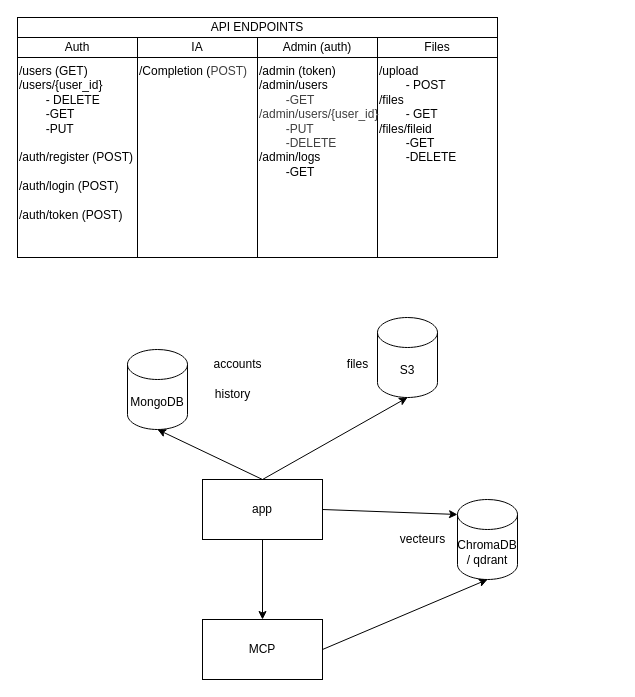
Earlier version of the draw.io diagram references/archi.drawio (Math-Vov13/EmployAI). Source tidied: cells renumbered, new cells numbered last; positions are measured from the earlier drawing's top-left corner, leaving out a move shared by most shapes. Both pictures are drawn from the tidied source at 100%, with x=0, y=0 at pixel (17, 17).
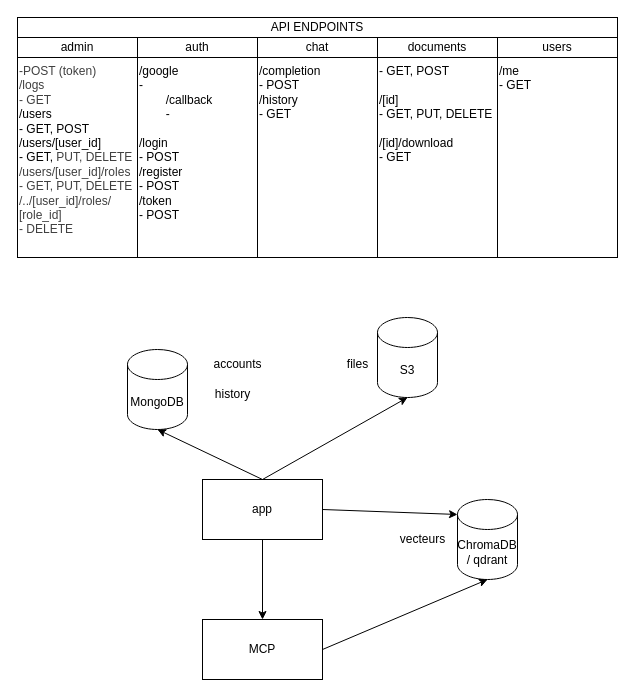
Above is the later version.

What changed in the source:
```diff
@@
-    <mxCell id="16" style="group;" parent="1" vertex="1">
-      <mxGeometry width="480" height="240" as="geometry" />
-    </mxCell>
-    <mxCell id="17" style="whiteSpace=wrap;html=1;" parent="16" vertex="1">
-      <mxGeometry width="400" height="240" as="geometry" />
+    <mxCell id="17" style="whiteSpace=wrap;html=1;" parent="1" vertex="1">
+      <mxGeometry width="600" height="240" as="geometry" />
     </mxCell>
-    <mxCell id="18" value="API ENDPOINTS" style="whiteSpace=wrap;html=1;" parent="16" vertex="1">
-      <mxGeometry width="480" height="20" as="geometry" />
+    <mxCell id="18" value="API ENDPOINTS" style="whiteSpace=wrap;html=1;" parent="1" vertex="1">
+      <mxGeometry width="600" height="20" as="geometry" />
     </mxCell>
-    <mxCell id="19" style="whiteSpace=wrap;html=1;" parent="16" vertex="1">
+    <mxCell id="19" style="whiteSpace=wrap;html=1;" parent="1" vertex="1">
       <mxGeometry x="120" y="20" width="360" height="220" as="geometry" />
     </mxCell>
-    <mxCell id="20" style="whiteSpace=wrap;html=1;" parent="16" vertex="1">
+    <mxCell id="20" style="whiteSpace=wrap;html=1;" parent="1" vertex="1">
       <mxGeometry x="240" y="20" width="120" height="220" as="geometry" />
     </mxCell>
-    <mxCell id="21" value="Auth" style="whiteSpace=wrap;html=1;" parent="16" vertex="1">
+    <mxCell id="21" value="admin" style="whiteSpace=wrap;html=1;" parent="1" vertex="1">
       <mxGeometry y="20" width="120" height="20" as="geometry" />
     </mxCell>
-    <mxCell id="22" value="IA" style="whiteSpace=wrap;html=1;" parent="16" vertex="1">
+    <mxCell id="22" value="auth" style="whiteSpace=wrap;html=1;" parent="1" vertex="1">
       <mxGeometry x="120" y="20" width="120" height="20" as="geometry" />
     </mxCell>
-    <mxCell id="23" value="Admin (auth)" style="whiteSpace=wrap;html=1;" parent="16" vertex="1">
+    <mxCell id="23" value="chat" style="whiteSpace=wrap;html=1;" parent="1" vertex="1">
       <mxGeometry x="240" y="20" width="120" height="20" as="geometry" />
     </mxCell>
-    <mxCell id="24" value="Files" style="whiteSpace=wrap;html=1;" parent="16" vertex="1">
+    <mxCell id="24" value="documents" style="whiteSpace=wrap;html=1;" parent="1" vertex="1">
       <mxGeometry x="360" y="20" width="120" height="20" as="geometry" />
     </mxCell>
-    <mxCell id="25" value="/users (GET)&lt;div&gt;&lt;font color=&quot;#000000&quot;&gt;/users/{user_id}&lt;/font&gt;&lt;/div&gt;&lt;div&gt;&lt;font color=&quot;#000000&quot;&gt;&lt;span style=&quot;white-space: pre;&quot;&gt;&#9;&lt;/span&gt;- DELETE&lt;br&gt;&lt;/font&gt;&lt;/div&gt;&lt;div&gt;&lt;span style=&quot;white-space: pre;&quot;&gt;&#9;&lt;/span&gt;-GET&lt;br&gt;&lt;/div&gt;&lt;div&gt;&lt;span style=&quot;white-space: pre;&quot;&gt;&#9;&lt;/span&gt;-PUT&lt;br&gt;&lt;/div&gt;&lt;div&gt;&lt;br&gt;&lt;/div&gt;&lt;div&gt;&lt;font color=&quot;#000000&quot;&gt;/auth/register (POST)&lt;/font&gt;&lt;/div&gt;&lt;div&gt;&lt;font color=&quot;#000000&quot;&gt;&lt;br&gt;&lt;/font&gt;&lt;/div&gt;&lt;div&gt;&lt;div&gt;&lt;div&gt;/auth/login (POST)&lt;/div&gt;&lt;/div&gt;&lt;/div&gt;&lt;div&gt;&lt;br&gt;&lt;/div&gt;&lt;div&gt;/auth/token (POST)&lt;/div&gt;&lt;div&gt;&lt;br&gt;&lt;/div&gt;" style="text;strokeColor=none;align=left;fillColor=none;html=1;verticalAlign=top;whiteSpace=wrap;rounded=0;" parent="16" vertex="1">
+    <mxCell id="25" value="&lt;div&gt;&lt;span style=&quot;color: rgb(63, 63, 63); background-color: transparent;&quot;&gt;-POST (token)&lt;/span&gt;&lt;/div&gt;&lt;div&gt;&lt;span style=&quot;color: rgb(63, 63, 63); background-color: transparent;&quot;&gt;/&lt;/span&gt;&lt;span style=&quot;color: rgb(63, 63, 63); background-color: transparent;&quot;&gt;logs&lt;/span&gt;&lt;/div&gt;&lt;div&gt;&lt;span style=&quot;color: rgb(63, 63, 63); background-color: transparent;&quot;&gt;- GET&lt;/span&gt;&lt;/div&gt;&lt;div&gt;/users&lt;/div&gt;&lt;div&gt;- GET, POST&lt;/div&gt;&lt;div&gt;/users/[user_id]&lt;/div&gt;&lt;div&gt;- GET,&amp;nbsp;&lt;span style=&quot;color: rgb(63, 63, 63); background-color: transparent;&quot;&gt;PUT,&amp;nbsp;&lt;/span&gt;&lt;span style=&quot;color: rgb(63, 63, 63); background-color: transparent;&quot;&gt;DELETE&lt;/span&gt;&lt;/div&gt;&lt;div&gt;&lt;div style=&quot;color: rgb(63, 63, 63); scrollbar-color: rgb(226, 226, 226) rgb(251, 251, 251);&quot;&gt;/users/[user_id]/roles&lt;/div&gt;&lt;/div&gt;&lt;div style=&quot;color: rgb(63, 63, 63); scrollbar-color: rgb(226, 226, 226) rgb(251, 251, 251);&quot;&gt;- GET, PUT, DELETE&lt;/div&gt;&lt;div style=&quot;color: rgb(63, 63, 63); scrollbar-color: rgb(226, 226, 226) rgb(251, 251, 251);&quot;&gt;&lt;div style=&quot;color: rgb(63, 63, 63); scrollbar-color: rgb(226, 226, 226) rgb(251, 251, 251);&quot;&gt;/../[user_id]/roles/&lt;/div&gt;&lt;div style=&quot;color: rgb(63, 63, 63); scrollbar-color: rgb(226, 226, 226) rgb(251, 251, 251);&quot;&gt;[role_id]&lt;/div&gt;&lt;div style=&quot;color: rgb(63, 63, 63); scrollbar-color: rgb(226, 226, 226) rgb(251, 251, 251);&quot;&gt;- DELETE&lt;/div&gt;&lt;/div&gt;" style="text;strokeColor=none;align=left;fillColor=none;html=1;verticalAlign=top;whiteSpace=wrap;rounded=0;" parent="1" vertex="1">
       <mxGeometry y="40" width="120" height="200" as="geometry" />
     </mxCell>
-    <mxCell id="26" value="/Completion (&lt;span style=&quot;color: rgb(63, 63, 63); background-color: transparent;&quot;&gt;POST)&lt;/span&gt;&lt;div&gt;&lt;span style=&quot;white-space: pre;&quot;&gt;&#9;&lt;/span&gt;&lt;br&gt;&lt;/div&gt;&lt;div&gt;&lt;span style=&quot;white-space: pre;&quot;&gt;&#9;&lt;/span&gt;&lt;br&gt;&lt;/div&gt;&lt;div&gt;&lt;br&gt;&lt;/div&gt;" style="text;strokeColor=none;align=left;fillColor=none;html=1;verticalAlign=top;whiteSpace=wrap;rounded=0;" parent="16" vertex="1">
-      <mxGeometry x="120" y="40" width="120" height="80" as="geometry" />
+    <mxCell id="26" value="&lt;div&gt;/google&lt;/div&gt;&lt;div&gt;-&lt;/div&gt;&lt;div&gt;&lt;span style=&quot;white-space: pre;&quot;&gt;&#9;&lt;/span&gt;/callback&lt;br&gt;&lt;/div&gt;&lt;div&gt;&lt;span style=&quot;white-space: pre;&quot;&gt;&#9;&lt;/span&gt;-&lt;br&gt;&lt;/div&gt;&lt;div&gt;&lt;br&gt;&lt;/div&gt;&lt;div&gt;/login&lt;br&gt;- POST&lt;/div&gt;&lt;div&gt;/register&lt;br&gt;- POST&lt;/div&gt;&lt;div&gt;/token&lt;/div&gt;&lt;div&gt;- POST&lt;/div&gt;" style="text;strokeColor=none;align=left;fillColor=none;html=1;verticalAlign=top;whiteSpace=wrap;rounded=0;" parent="1" vertex="1">
+      <mxGeometry x="120" y="40" width="120" height="200" as="geometry" />
     </mxCell>
-    <mxCell id="27" value="&lt;div&gt;/admin (token)&lt;/div&gt;&lt;div&gt;/admin/users&lt;/div&gt;&lt;div&gt;&lt;span style=&quot;color: rgb(63, 63, 63); background-color: transparent; white-space: pre;&quot;&gt;&lt;span style=&quot;white-space: pre;&quot;&gt;&#9;&lt;/span&gt;-GET&lt;/span&gt;&lt;/div&gt;&lt;div&gt;&lt;span style=&quot;color: rgb(63, 63, 63); background-color: transparent; white-space: pre;&quot;&gt;/admin/users/{user_id}&lt;/span&gt;&lt;/div&gt;&lt;div&gt;&lt;span style=&quot;color: rgb(63, 63, 63); background-color: transparent; white-space: pre;&quot;&gt;&lt;span style=&quot;white-space: pre;&quot;&gt;&#9;&lt;/span&gt;-PUT&lt;br&gt;&lt;/span&gt;&lt;/div&gt;&lt;div&gt;&lt;span style=&quot;color: rgb(63, 63, 63); background-color: transparent; white-space: pre;&quot;&gt;&lt;span style=&quot;white-space: pre;&quot;&gt;&#9;&lt;/span&gt;-DELETE&lt;br&gt;&lt;/span&gt;&lt;/div&gt;&lt;div&gt;/admin/logs&lt;/div&gt;&lt;div&gt;&lt;span style=&quot;white-space: pre;&quot;&gt;&#9;&lt;/span&gt;-GET&lt;br&gt;&lt;div&gt;&lt;span style=&quot;white-space: pre;&quot;&gt;&#9;&lt;/span&gt;&lt;br&gt;&lt;/div&gt;&lt;div&gt;&lt;br&gt;&lt;/div&gt;&lt;/div&gt;" style="text;strokeColor=none;align=left;fillColor=none;html=1;verticalAlign=top;whiteSpace=wrap;rounded=0;" parent="16" vertex="1">
+    <mxCell id="27" value="&lt;div&gt;/completion&lt;/div&gt;&lt;div&gt;- POST&lt;/div&gt;&lt;div&gt;/history&lt;/div&gt;&lt;div&gt;- GET&lt;/div&gt;" style="text;strokeColor=none;align=left;fillColor=none;html=1;verticalAlign=top;whiteSpace=wrap;rounded=0;" parent="1" vertex="1">
       <mxGeometry x="240" y="40" width="120" height="200" as="geometry" />
     </mxCell>
-    <mxCell id="28" value="&lt;div&gt;&lt;div&gt;/upload&lt;/div&gt;&lt;/div&gt;&lt;div&gt;&lt;span style=&quot;white-space: pre;&quot;&gt;&#9;&lt;/span&gt;- POST&lt;/div&gt;&lt;div&gt;/files&lt;/div&gt;&lt;div&gt;&lt;span style=&quot;white-space: pre;&quot;&gt;&#9;&lt;/span&gt;- GET&lt;/div&gt;&lt;div&gt;/files/fileid&lt;/div&gt;&lt;div&gt;&lt;span style=&quot;white-space: pre;&quot;&gt;&#9;&lt;/span&gt;-GET&lt;br&gt;&lt;/div&gt;&lt;div&gt;&lt;span style=&quot;white-space: pre;&quot;&gt;&#9;&lt;/span&gt;-DELETE&lt;br&gt;&lt;/div&gt;" style="text;strokeColor=none;align=left;fillColor=none;html=1;verticalAlign=top;whiteSpace=wrap;rounded=0;" parent="16" vertex="1">
+    <mxCell id="28" value="- GET, POST&lt;div&gt;&lt;br&gt;&lt;/div&gt;&lt;div&gt;/[id]&lt;/div&gt;&lt;div&gt;- GET, PUT, DELETE&lt;/div&gt;&lt;div&gt;&lt;br&gt;&lt;/div&gt;&lt;div&gt;/[id]/download&lt;/div&gt;&lt;div&gt;- GET&lt;/div&gt;" style="text;strokeColor=none;align=left;fillColor=none;html=1;verticalAlign=top;whiteSpace=wrap;rounded=0;" parent="1" vertex="1">
       <mxGeometry x="360" y="40" width="120" height="200" as="geometry" />
     </mxCell>
+    <mxCell id="29" value="users" style="whiteSpace=wrap;html=1;" parent="1" vertex="1">
+      <mxGeometry x="480" y="20" width="120" height="20" as="geometry" />
+    </mxCell>
+    <mxCell id="30" value="/me&lt;div&gt;- GET&lt;/div&gt;" style="text;strokeColor=none;align=left;fillColor=none;html=1;verticalAlign=top;whiteSpace=wrap;rounded=0;" parent="1" vertex="1">
+      <mxGeometry x="480" y="40" width="120" height="200" as="geometry" />
+    </mxCell>
```
